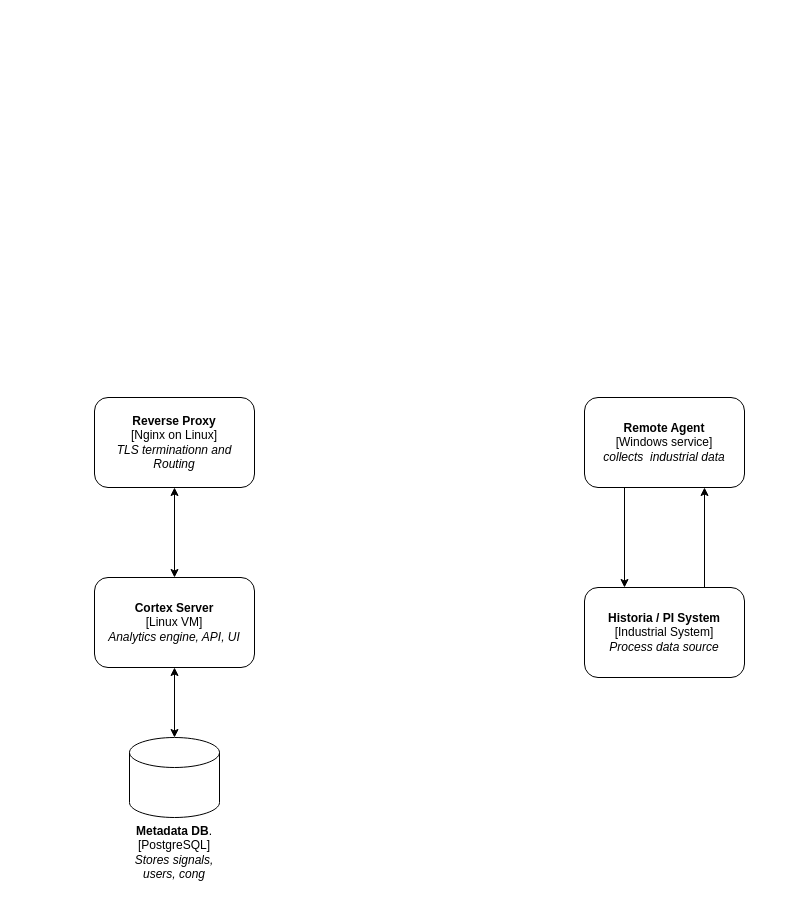
Before: seeqarch.drawio in mugabira/SmartwyreCodingExercise, a draw.io diagram. Source tidied: cells renumbered, new cells numbered last; positions are measured from the earlier drawing's top-left corner, leaving out a move shared by most shapes. Both pictures are drawn from the tidied source at 100%, with x=0, y=0 at pixel (94, 397). Pictures stored in the file or linked from it are replaced by grey dashed boxes.
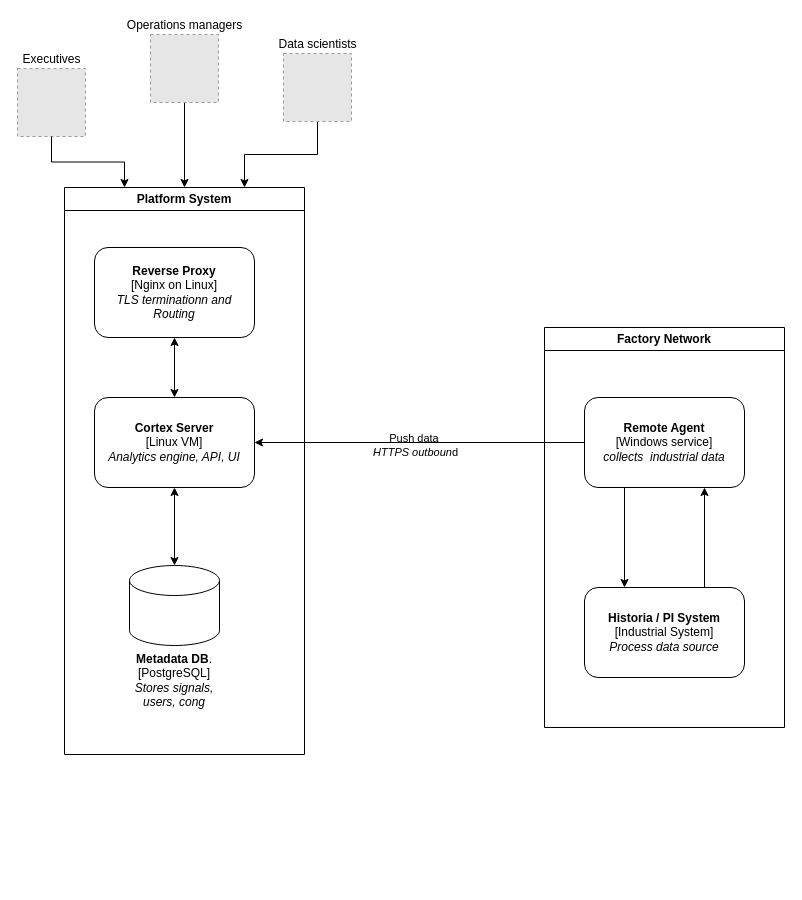
The same diagram, later.

Unchanged cells that the change refers to:
```xml
<mxCell id="2" value="&lt;div&gt;&lt;b&gt;Remote Agent&lt;/b&gt;&lt;/div&gt;&lt;div&gt;[Windows service]&lt;/div&gt;&lt;div&gt;&lt;i&gt;collects&amp;nbsp; industrial data&lt;/i&gt;&lt;/div&gt;" style="rounded=1;whiteSpace=wrap;html=1;" parent="1" vertex="1">
  <mxGeometry x="490" width="160" height="90" as="geometry" />
</mxCell>
<mxCell id="3" value="&lt;div&gt;&lt;b&gt;Historia / PI System&lt;/b&gt;&lt;/div&gt;&lt;div&gt;[Industrial System]&lt;/div&gt;&lt;div&gt;&lt;i&gt;Process data source&lt;/i&gt;&lt;/div&gt;" style="rounded=1;whiteSpace=wrap;html=1;" parent="1" vertex="1">
  <mxGeometry x="490" y="190" width="160" height="90" as="geometry" />
</mxCell>
```

Change to the diagram source:
```diff
@@
-<mxGraphModel>
+<mxGraphModel background="light-dark(#FFFFFF,#FFFFFF)">
@@
-    <mxCell id="4" style="endArrow=classic;html=1;rounded=0;entryX=0.75;entryY=1;entryDx=0;entryDy=0;exitX=0.75;exitY=0;exitDx=0;exitDy=0;" parent="1" edge="1" source="3" target="2">
+    <mxCell id="4" style="endArrow=classic;html=1;rounded=0;entryX=0.75;entryY=1;entryDx=0;entryDy=0;exitX=0.75;exitY=0;exitDx=0;exitDy=0;flowAnimation=1;strokeColor=light-dark(#000000,#000000);" parent="1" edge="1" source="3" target="2">
       <mxGeometry relative="1" as="geometry" />
     </mxCell>
-    <mxCell id="5" style="endArrow=classic;html=1;rounded=0;entryX=0.25;entryY=0;entryDx=0;entryDy=0;exitX=0.25;exitY=1;exitDx=0;exitDy=0;" parent="1" edge="1" source="2" target="3">
+    <mxCell id="5" style="endArrow=classic;html=1;rounded=0;entryX=0.25;entryY=0;entryDx=0;entryDy=0;exitX=0.25;exitY=1;exitDx=0;exitDy=0;flowAnimation=1;strokeColor=light-dark(#000000,#000000);" parent="1" edge="1" source="2" target="3">
       <mxGeometry relative="1" as="geometry" />
     </mxCell>
-    <mxCell id="6" value="&lt;div&gt;&lt;b&gt;Reverse Proxy&lt;/b&gt;&lt;/div&gt;&lt;div&gt;[Nginx on Linux]&lt;/div&gt;&lt;div&gt;&lt;i&gt;TLS terminationn and Routing&lt;/i&gt;&lt;/div&gt;" style="rounded=1;whiteSpace=wrap;html=1;" parent="1" vertex="1">
-      <mxGeometry width="160" height="90" as="geometry" />
-    </mxCell>
     <mxCell id="7" value="&lt;div&gt;&lt;b&gt;Cortex Server&lt;/b&gt;&lt;/div&gt;&lt;div&gt;[Linux VM]&lt;/div&gt;&lt;div&gt;&lt;i&gt;Analytics engine, API, UI&lt;/i&gt;&lt;/div&gt;" style="rounded=1;whiteSpace=wrap;html=1;" parent="1" vertex="1">
-      <mxGeometry y="180" width="160" height="90" as="geometry" />
+      <mxGeometry width="160" height="90" as="geometry" />
     </mxCell>
-    <mxCell id="8" value="&lt;div&gt;&lt;b&gt;Metadata DB&lt;/b&gt;.&lt;/div&gt;&lt;div&gt;[PostgreSQL]&lt;/div&gt;&lt;div&gt;&lt;i&gt;Stores signals, users, cong&lt;/i&gt;&lt;/div&gt;" style="shape=cylinder3;whiteSpace=wrap;html=1;boundedLbl=1;backgroundOutline=1;size=15;labelPosition=center;verticalLabelPosition=bottom;align=center;verticalAlign=top;" parent="1" vertex="1">
-      <mxGeometry x="35" y="340" width="90" height="80" as="geometry" />
-    </mxCell>
-    <mxCell id="9" style="endArrow=classic;startArrow=classic;html=1;rounded=0;exitX=0.5;exitY=0;exitDx=0;exitDy=0;exitPerimeter=0;entryX=0.5;entryY=1;entryDx=0;entryDy=0;" parent="1" edge="1" source="8" target="7">
+    <mxCell id="9" style="endArrow=classic;startArrow=classic;html=1;rounded=0;exitX=0.5;exitY=0;exitDx=0;exitDy=0;exitPerimeter=0;entryX=0.5;entryY=1;entryDx=0;entryDy=0;flowAnimation=1;strokeColor=light-dark(#000000,#000000);" parent="1" edge="1" source="8" target="7">
       <mxGeometry relative="1" as="geometry" />
     </mxCell>
-    <mxCell id="10" style="endArrow=classic;startArrow=classic;html=1;rounded=0;exitX=0.5;exitY=0;exitDx=0;exitDy=0;entryX=0.5;entryY=1;entryDx=0;entryDy=0;" parent="1" edge="1" source="7" target="6">
+    <mxCell id="10" style="endArrow=classic;startArrow=classic;html=1;rounded=0;exitX=0.5;exitY=0;exitDx=0;exitDy=0;entryX=0.5;entryY=1;entryDx=0;entryDy=0;flowAnimation=1;strokeColor=light-dark(#000000,#000000);" parent="1" edge="1" source="7" target="6">
       <mxGeometry relative="1" as="geometry" />
     </mxCell>
+    <mxCell id="11" style="endArrow=classic;html=1;rounded=0;entryX=1;entryY=0.5;entryDx=0;entryDy=0;exitX=0;exitY=0.5;exitDx=0;exitDy=0;flowAnimation=1;strokeColor=light-dark(#000000,#000000);" parent="1" edge="1" source="2" target="7">
+      <mxGeometry relative="1" as="geometry" />
+    </mxCell>
+    <mxCell id="12" value="&lt;div&gt;Push data&amp;nbsp;&lt;/div&gt;&lt;div&gt;&lt;i&gt;HTTPS outboun&lt;/i&gt;d&lt;/div&gt;" style="edgeLabel;html=1;align=center;verticalAlign=middle;labelBackgroundColor=none;fontColor=light-dark(#000000,#000000);" parent="11" vertex="1">
+      <mxGeometry x="0.03" y="2" relative="1" as="geometry" />
+    </mxCell>
+    <mxCell id="13" value="Platform System" style="swimlane;whiteSpace=wrap;html=1;strokeColor=light-dark(#000000,#000000);" parent="1" vertex="1">
+      <mxGeometry x="-30" y="-210" width="240" height="567" as="geometry" />
+    </mxCell>
+    <mxCell id="8" value="&lt;div&gt;&lt;b&gt;Metadata DB&lt;/b&gt;.&lt;/div&gt;&lt;div&gt;[PostgreSQL]&lt;/div&gt;&lt;div&gt;&lt;i&gt;Stores signals, users, cong&lt;/i&gt;&lt;/div&gt;" style="shape=cylinder3;whiteSpace=wrap;html=1;boundedLbl=1;backgroundOutline=1;size=15;labelPosition=center;verticalLabelPosition=bottom;align=center;verticalAlign=top;fontColor=light-dark(#000000,#000000);" parent="13" vertex="1">
+      <mxGeometry x="65" y="378" width="90" height="80" as="geometry" />
+    </mxCell>
+    <mxCell id="6" value="&lt;div&gt;&lt;b&gt;Reverse Proxy&lt;/b&gt;&lt;/div&gt;&lt;div&gt;[Nginx on Linux]&lt;/div&gt;&lt;div&gt;&lt;i&gt;TLS terminationn and Routing&lt;/i&gt;&lt;/div&gt;" style="rounded=1;whiteSpace=wrap;html=1;" parent="13" vertex="1">
+      <mxGeometry x="30" y="60" width="160" height="90" as="geometry" />
+    </mxCell>
+    <mxCell id="14" value="Factory Network" style="swimlane;whiteSpace=wrap;html=1;swimlaneLine=1;strokeColor=light-dark(#000000,#000000);" parent="1" vertex="1">
+      <mxGeometry x="450" y="-70" width="240" height="400" as="geometry" />
+    </mxCell>
+    <mxCell id="15" style="edgeStyle=orthogonalEdgeStyle;rounded=0;jettySize=auto;html=1;entryX=0.75;entryY=0;entryDx=0;entryDy=0;strokeColor=light-dark(#000000,#000000);" parent="1" edge="1" source="16" target="13">
+      <mxGeometry relative="1" as="geometry" />
+    </mxCell>
+    <mxCell id="16" value="Data scientists" style="fillColor=#E6E6E6;strokeColor=#999999;dashed=1;html=1;verticalAlign=bottom;verticalLabelPosition=top;labelBackgroundColor=none;labelPosition=center;align=center;fontColor=light-dark(#000000,#000000);" parent="1" vertex="1">
+      <mxGeometry x="189" y="-344" width="68" height="68" as="geometry" />
+    </mxCell>
+    <mxCell id="17" value="Executives" style="fillColor=#E6E6E6;strokeColor=#999999;dashed=1;html=1;verticalAlign=bottom;verticalLabelPosition=top;labelBackgroundColor=none;labelPosition=center;align=center;fontColor=light-dark(#000000,#000000);" parent="1" vertex="1">
+      <mxGeometry x="-77" y="-329" width="68" height="68" as="geometry" />
+    </mxCell>
+    <mxCell id="18" style="edgeStyle=orthogonalEdgeStyle;rounded=0;jettySize=auto;html=1;entryX=0.5;entryY=0;entryDx=0;entryDy=0;strokeColor=light-dark(#000000,#000000);" parent="1" edge="1" source="19" target="13">
+      <mxGeometry relative="1" as="geometry" />
+    </mxCell>
+    <mxCell id="19" value="Operations managers" style="fillColor=#E6E6E6;strokeColor=#999999;dashed=1;html=1;verticalAlign=bottom;verticalLabelPosition=top;labelBackgroundColor=none;labelPosition=center;align=center;fontColor=light-dark(#000000,#000000);" parent="1" vertex="1">
+      <mxGeometry x="56" y="-363" width="68" height="68" as="geometry" />
+    </mxCell>
+    <mxCell id="20" style="edgeStyle=orthogonalEdgeStyle;rounded=0;jettySize=auto;html=1;entryX=0.25;entryY=0;entryDx=0;entryDy=0;strokeColor=light-dark(#000000,#000000);" parent="1" edge="1" source="17" target="13">
+      <mxGeometry relative="1" as="geometry" />
+    </mxCell>
```
